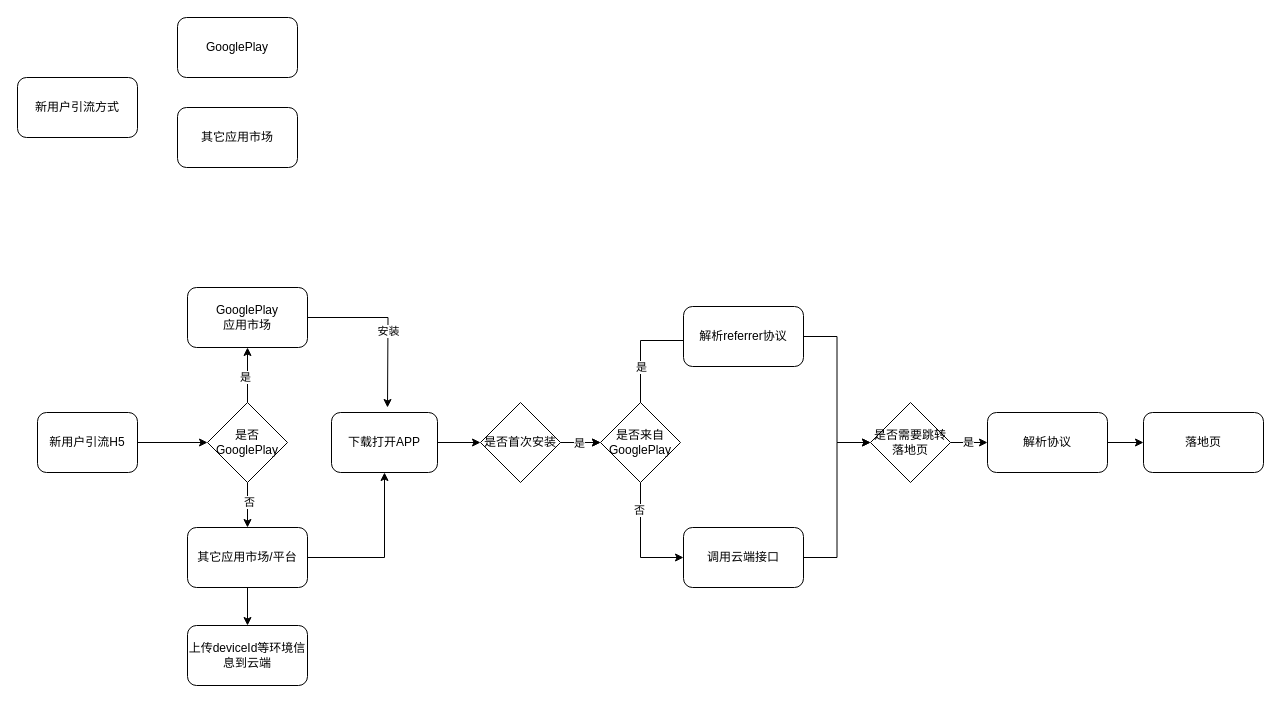
hardygege/work keeps this draw.io diagram as newuser_flow.drawio. Above is the earlier version. Source tidied: cells renumbered, new cells numbered last; positions are measured from the earlier drawing's top-left corner, leaving out a move shared by most shapes. Both pictures are drawn from the tidied source at 100%, with x=0, y=0 at pixel (17, 17).
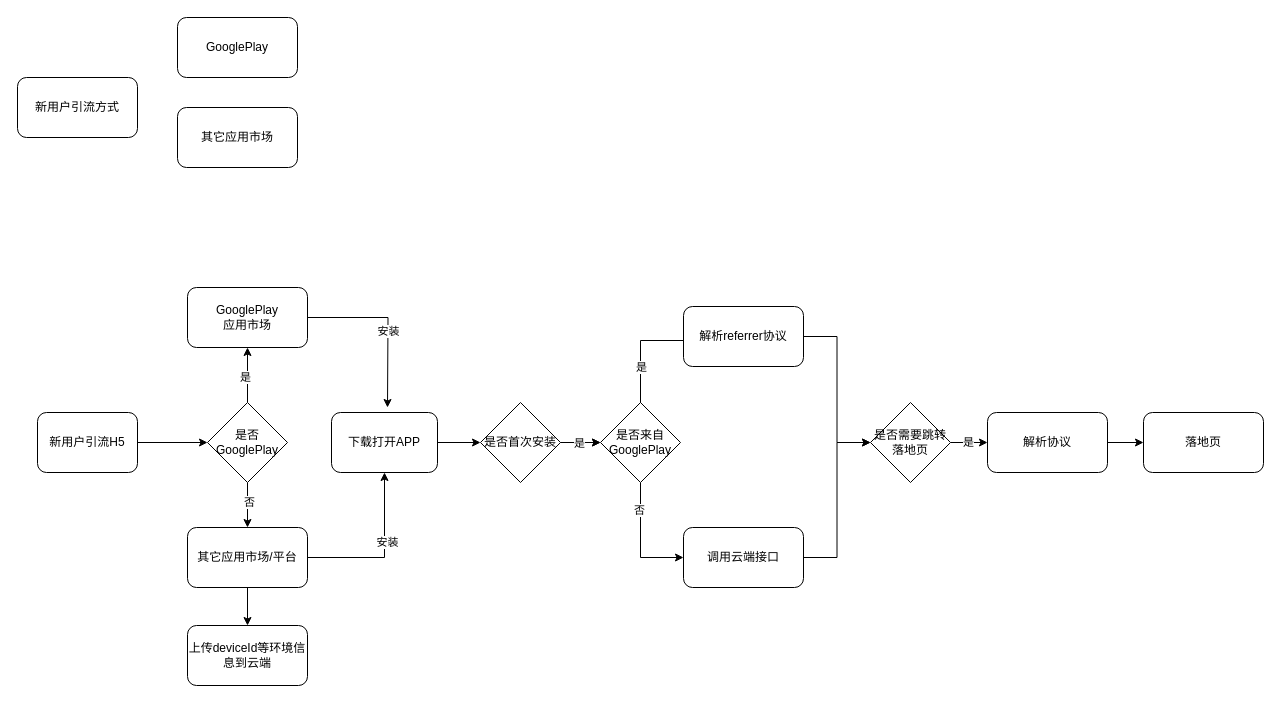
After the change.

The change refers to these unchanged cells:
```xml
<mxCell id="25" style="edgeStyle=orthogonalEdgeStyle;rounded=0;jettySize=auto;html=1;" parent="1" edge="1" source="26" target="29">
  <mxGeometry relative="1" as="geometry" />
</mxCell>
```

The edit, as a diff of the source:
```diff
@@
+    <mxCell id="39" value="安装" style="edgeLabel;html=1;align=center;verticalAlign=middle;" parent="25" vertex="1">
+      <mxGeometry x="0.15" y="-2" relative="1" as="geometry" />
+    </mxCell>
```
